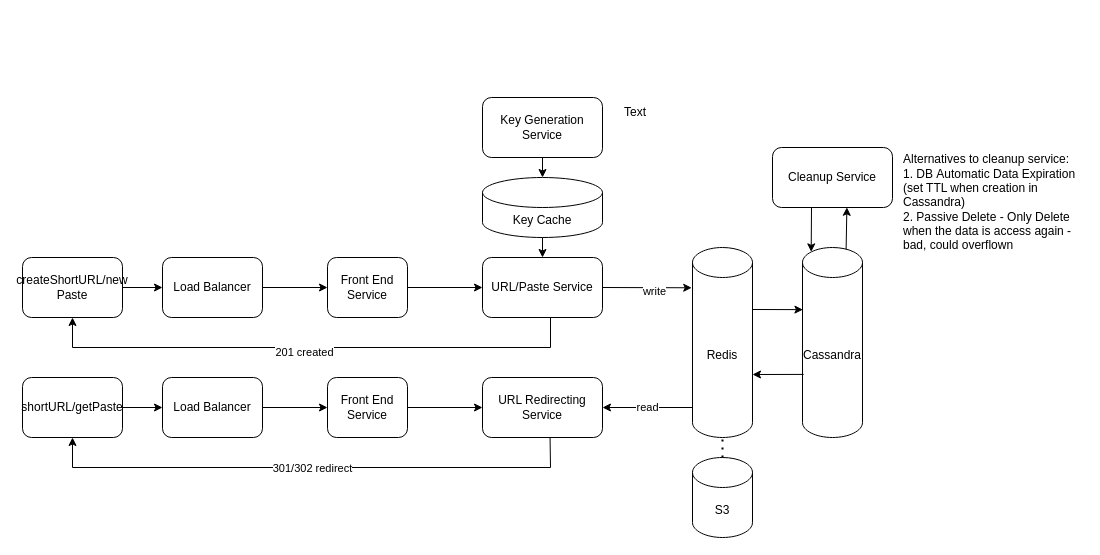
xwq172677170/SysdDiagram keeps this draw.io diagram as TinyUrlPasteBin.drawio. Above is the earlier version. Source tidied: cells renumbered, new cells numbered last; positions are measured from the earlier drawing's top-left corner, leaving out a move shared by most shapes. Both pictures are drawn from the tidied source at 100%, with x=0, y=0 at pixel (22, 97).
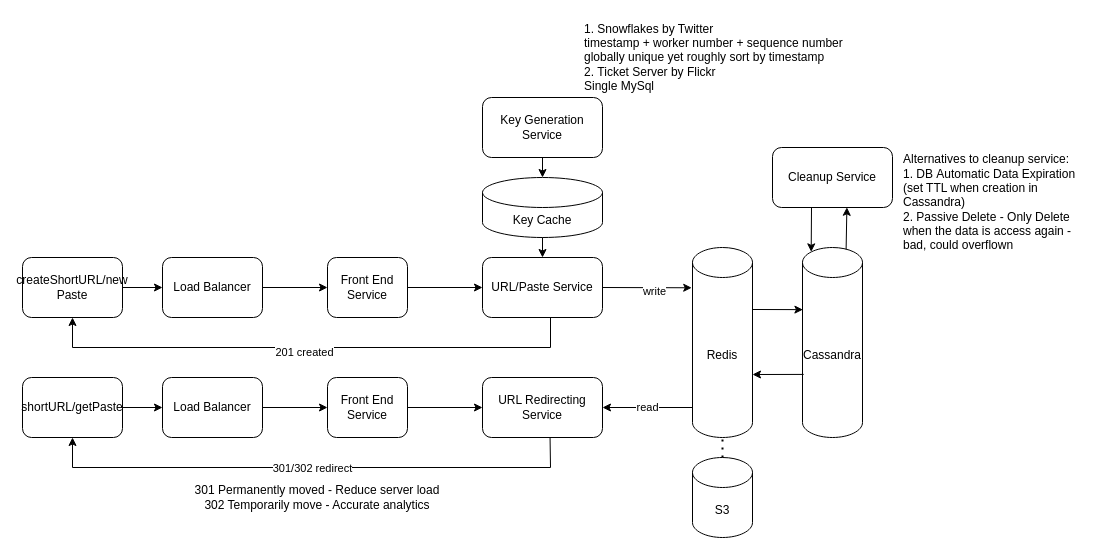
The same diagram, later.

The edit, as a diff of the source:
```diff
@@
-    <mxCell id="35" value="Text" style="text;html=1;strokeColor=none;fillColor=none;align=left;verticalAlign=middle;whiteSpace=wrap;rounded=0;" parent="1" vertex="1">
-      <mxGeometry x="600" width="60" height="30" as="geometry" />
-    </mxCell>
@@
+    <mxCell id="38" value="1. Snowflakes by Twitter&lt;br&gt;timestamp + worker number + sequence number&lt;br&gt;globally unique yet roughly sort by timestamp&lt;br&gt;2.&amp;nbsp;Ticket Server by&amp;nbsp;&lt;span style=&quot;text-align: center;&quot;&gt;Flickr&lt;br&gt;&lt;/span&gt;&lt;span style=&quot;text-align: center;&quot;&gt;Single MySql&amp;nbsp;&lt;/span&gt;" style="text;html=1;strokeColor=none;fillColor=none;align=left;verticalAlign=middle;whiteSpace=wrap;rounded=0;" parent="1" vertex="1">
+      <mxGeometry x="560" y="-80" width="280" height="80" as="geometry" />
+    </mxCell>
+    <mxCell id="39" value="301 Permanently moved - Reduce server load&lt;br&gt;302 Temporarily move - Accurate analytics" style="text;html=1;strokeColor=none;fillColor=none;align=center;verticalAlign=middle;whiteSpace=wrap;rounded=0;" parent="1" vertex="1">
+      <mxGeometry x="150" y="380" width="290" height="40" as="geometry" />
+    </mxCell>
```
